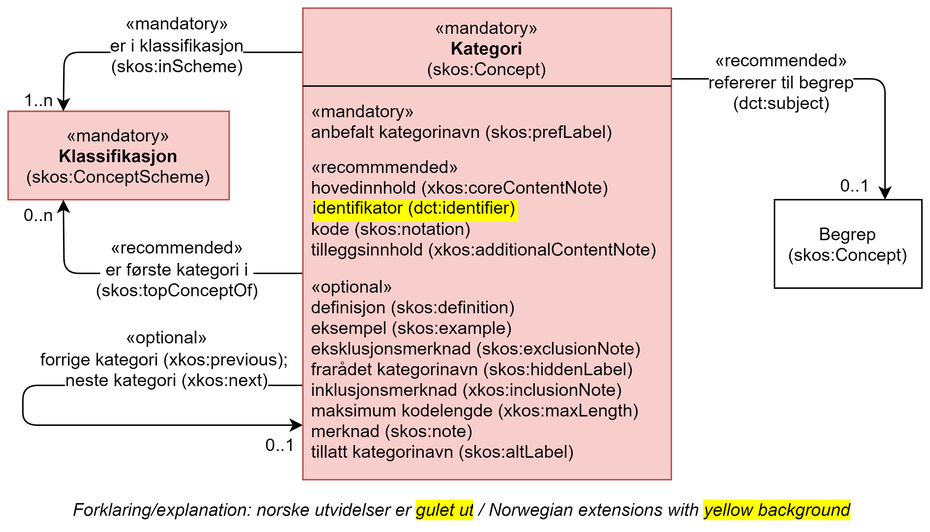
The draw.io diagram docs/images/KlassenKategori.png in Informasjonsforvaltning/xkos-ap-no, before a commit. Source tidied: cells renumbered, new cells last; positions are measured from the earlier drawing's top-left corner, leaving out a move shared by most shapes.
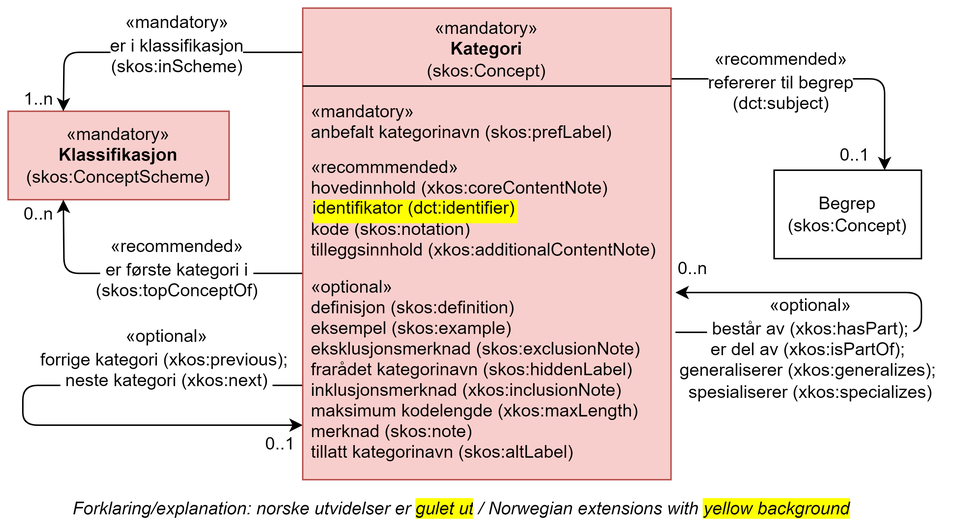
After the commit.

What changed in the source:
```diff
@@ -34,7 +34,7 @@
       <mxGeometry x="6" y="130" width="30" height="20" as="geometry" />
     </mxCell>
     <mxCell id="9" value="Begrep&lt;br style=&quot;font-size: 12px;&quot;&gt;(skos:Concept)" style="rounded=0;whiteSpace=wrap;html=1;fillColor=#ffffff;fontFamily=Helvetica;fontSize=12;" parent="1" vertex="1">
-      <mxGeometry x="520" y="130" width="100" height="60" as="geometry" />
+      <mxGeometry x="520" y="110" width="100" height="60" as="geometry" />
     </mxCell>
     <mxCell id="10" style="endArrow=classic;html=1;entryX=0.75;entryY=0;entryDx=0;entryDy=0;fontFamily=Helvetica;fontSize=12;" parent="1" edge="1" target="9">
       <mxGeometry relative="1" as="geometry">
@@ -57,14 +57,14 @@
         </Array>
       </mxGeometry>
     </mxCell>
-    <mxCell id="13" value="&lt;span style=&quot;background-color: rgb(255, 255, 255); font-size: 12px;&quot;&gt;&lt;span style=&quot;font-size: 12px; line-height: 15.6933px;&quot;&gt;«optional&lt;/span&gt;&lt;span style=&quot;font-size: 12px; line-height: 15.6933px;&quot;&gt;»&lt;/span&gt;&lt;br style=&quot;font-size: 12px;&quot;&gt;forrige kategori (xkos:previous);&amp;nbsp;&lt;br style=&quot;font-size: 12px;&quot;&gt;&lt;span style=&quot;font-size: 12px; line-height: 107%;&quot;&gt;neste kategori&amp;nbsp;(xkos:next)&lt;/span&gt;&lt;/span&gt;&lt;span style=&quot;background-color: rgb(255, 255, 255); font-size: 12px;&quot;&gt;&lt;br style=&quot;font-size: 12px;&quot;&gt;&lt;/span&gt;" style="text;html=1;align=center;verticalAlign=middle;whiteSpace=wrap;rounded=0;fillColor=none;fontFamily=Helvetica;fontSize=12;" parent="1" vertex="1">
+    <mxCell id="13" value="&lt;span style=&quot;background-color: rgb(255 , 255 , 255) ; font-size: 12px&quot;&gt;&lt;span style=&quot;font-size: 12px ; line-height: 15.6933px&quot;&gt;«optional&lt;/span&gt;&lt;span style=&quot;font-size: 12px ; line-height: 15.6933px&quot;&gt;»&lt;/span&gt;&lt;br style=&quot;font-size: 12px&quot;&gt;forrige kategori (xkos:previous);&amp;nbsp;&lt;br style=&quot;font-size: 12px&quot;&gt;&lt;span style=&quot;font-size: 12px ; line-height: 107%&quot;&gt;&amp;nbsp;neste kategori&amp;nbsp;(xkos:next)&amp;nbsp;&lt;/span&gt;&lt;/span&gt;&lt;span style=&quot;background-color: rgb(255 , 255 , 255) ; font-size: 12px&quot;&gt;&lt;br style=&quot;font-size: 12px&quot;&gt;&lt;/span&gt;" style="text;html=1;align=center;verticalAlign=middle;whiteSpace=wrap;rounded=0;fillColor=none;fontFamily=Helvetica;fontSize=12;" parent="1" vertex="1">
       <mxGeometry x="20" y="210" width="176" height="56" as="geometry" />
     </mxCell>
     <mxCell id="14" value="0..1" style="text;html=1;strokeColor=none;fillColor=none;align=center;verticalAlign=middle;whiteSpace=wrap;rounded=0;fontFamily=Helvetica;fontSize=12;" parent="1" vertex="1">
       <mxGeometry x="170" y="286" width="30" height="20" as="geometry" />
     </mxCell>
     <mxCell id="15" value="0..1" style="text;html=1;strokeColor=none;fillColor=none;align=center;verticalAlign=middle;whiteSpace=wrap;rounded=0;fontFamily=Helvetica;fontSize=12;" parent="1" vertex="1">
-      <mxGeometry x="560" y="110" width="30" height="20" as="geometry" />
+      <mxGeometry x="560" y="90" width="30" height="20" as="geometry" />
     </mxCell>
     <mxCell id="16" style="group;" parent="1" vertex="1">
       <mxGeometry x="200" width="250" height="340" as="geometry" />
@@ -90,5 +90,21 @@
     <mxCell id="23" value="Forklaring/explanation: norske utvidelser er&amp;nbsp;&lt;span style=&quot;background-color: rgb(255 , 255 , 0)&quot;&gt;gulet ut&lt;/span&gt;&lt;span style=&quot;background-color: rgb(255 , 255 , 255)&quot;&gt;&amp;nbsp;/ Norwegian extensions with &lt;/span&gt;&lt;span style=&quot;background-color: rgb(255 , 255 , 0)&quot;&gt;yellow background&lt;/span&gt;" style="text;html=1;strokeColor=none;fillColor=none;align=center;verticalAlign=middle;whiteSpace=wrap;rounded=0;fontStyle=2;" parent="1" vertex="1">
       <mxGeometry x="36" y="330" width="543.8" height="20" as="geometry" />
     </mxCell>
+    <mxCell id="24" value="0..n" style="text;html=1;strokeColor=none;fillColor=none;align=center;verticalAlign=middle;whiteSpace=wrap;rounded=0;rotation=0;fontFamily=Helvetica;fontSize=12;" parent="1" vertex="1">
+      <mxGeometry x="450" y="170" width="30" height="14" as="geometry" />
+    </mxCell>
+    <mxCell id="25" style="endArrow=classic;html=1;fontFamily=Helvetica;fontSize=12;" parent="1" edge="1">
+      <mxGeometry relative="1" as="geometry">
+        <mxPoint x="453" y="220" as="sourcePoint" />
+        <mxPoint x="453" y="193" as="targetPoint" />
+        <Array as="points">
+          <mxPoint x="620" y="220" />
+          <mxPoint x="620" y="193" />
+        </Array>
+      </mxGeometry>
+    </mxCell>
+    <mxCell id="26" value="&lt;span style=&quot;font-size: 12px&quot;&gt;&lt;span style=&quot;background-color: rgb(255 , 255 , 255)&quot;&gt;&lt;span style=&quot;font-size: 12px ; line-height: 15.6933px&quot;&gt;«optional&lt;/span&gt;&lt;span style=&quot;font-size: 12px ; line-height: 15.6933px&quot;&gt;»&lt;br style=&quot;font-size: 12px&quot;&gt;&lt;/span&gt;&amp;nbsp;består av (xkos:hasPart);&amp;nbsp;&lt;br&gt;er del av (xkos:isPartOf);&amp;nbsp;&lt;br&gt;generaliserer (xkos:generalizes);&amp;nbsp;&lt;br&gt;spesialiserer (xkos:specializes)&lt;/span&gt;&lt;br&gt;&lt;/span&gt;" style="text;html=1;strokeColor=none;fillColor=none;align=center;verticalAlign=middle;whiteSpace=wrap;rounded=0;fontFamily=Helvetica;fontSize=12;" parent="1" vertex="1">
+      <mxGeometry x="450" y="196" width="190" height="70" as="geometry" />
+    </mxCell>
   </root>
 </mxGraphModel>
```
